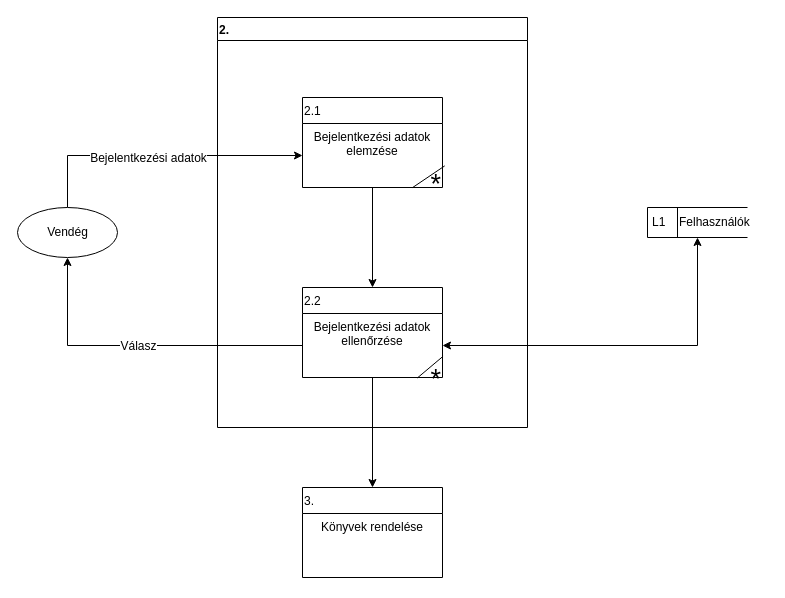
Earlier version of the draw.io diagram page "Page-3" (3 of 5) of dfd_logikai.drawio (Dzseta/Adatbazis-alapu-rendszerek). Source tidied: cells renumbered, new cells numbered last; positions are measured from the earlier drawing's top-left corner, leaving out a move shared by most shapes. Both pictures are drawn from the tidied source at 100%, with x=0, y=0 at pixel (17, 17).
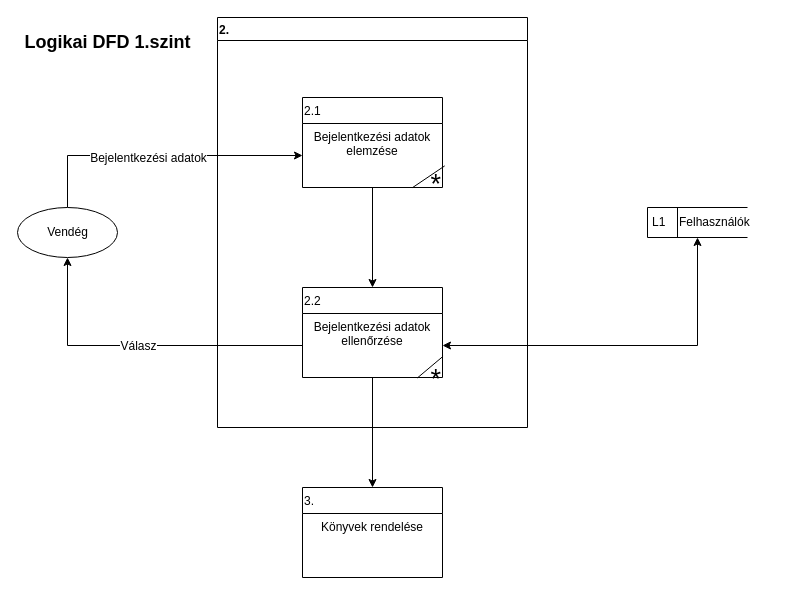
The same page after the edit.

Change to the diagram source:
```diff
@@
+    <mxCell id="23" value="&lt;h2&gt;Logikai DFD 1.szint&lt;/h2&gt;" style="text;html=1;align=center;verticalAlign=middle;" parent="1" vertex="1">
+      <mxGeometry width="180" height="50" as="geometry" />
+    </mxCell>
```
